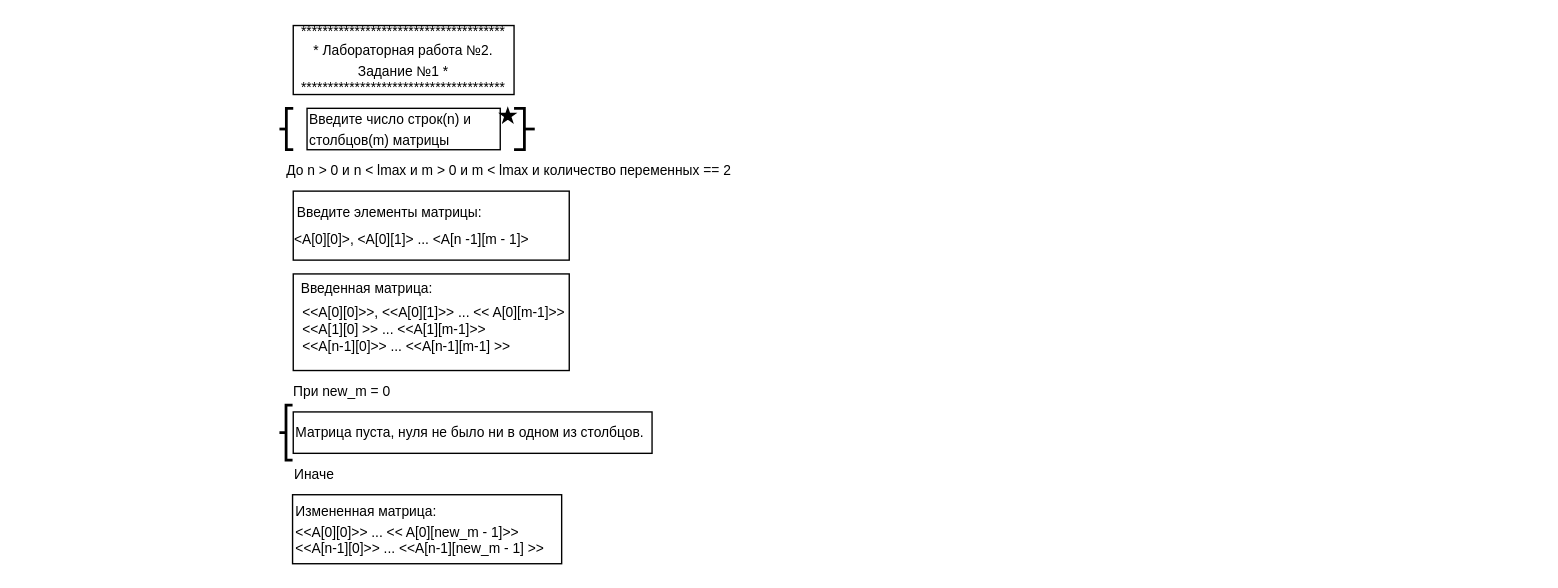
Before: lab2_part1.drawio in xyzfbi/Projects, a draw.io diagram. Source tidied: cells renumbered, new cells numbered last; positions are measured from the earlier drawing's top-left corner, leaving out a move shared by most shapes. Both pictures are drawn from the tidied source at 138%, with x=0, y=0 at pixel (265, 25).
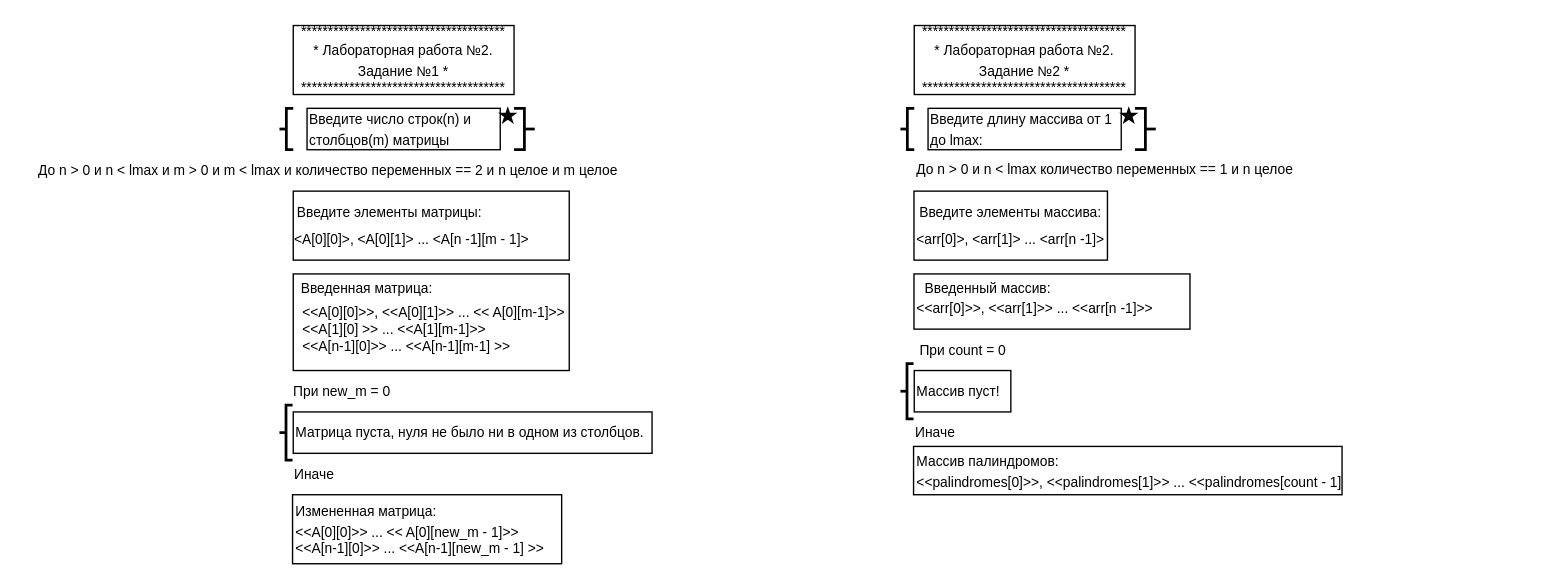
After the change.

What changed in the source:
```diff
@@
-    <mxCell id="7" value="&lt;font style=&quot;font-size: 10px;&quot;&gt;До n &amp;gt; 0 и n &amp;lt; lmax и m &amp;gt; 0 и m &amp;lt; lmax и количество переменных == 2&lt;/font&gt;" style="text;html=1;align=center;verticalAlign=middle;strokeColor=none;fillColor=none;" parent="1" vertex="1">
-      <mxGeometry x="0.5" y="90" width="350" height="30" as="geometry" />
+    <mxCell id="7" value="&lt;font style=&quot;font-size: 10px;&quot;&gt;До n &amp;gt; 0 и n &amp;lt; lmax и m &amp;gt; 0 и m &amp;lt; lmax и количество переменных == 2 и n целое&amp;nbsp;&lt;/font&gt;&lt;span style=&quot;font-size: 10px;&quot;&gt;и m целое&lt;/span&gt;" style="text;html=1;align=center;verticalAlign=middle;strokeColor=none;fillColor=none;" parent="1" vertex="1">
+      <mxGeometry x="-175" y="90" width="440" height="30" as="geometry" />
     </mxCell>
@@
+    <mxCell id="19" value="&lt;div style=&quot;font-size: 10px;&quot;&gt;&lt;font style=&quot;font-size: 10px;&quot;&gt;**************************************&lt;/font&gt;&lt;/div&gt;&lt;div style=&quot;&quot;&gt;&lt;font style=&quot;&quot;&gt;&lt;font style=&quot;font-size: 10px;&quot;&gt;* &lt;/font&gt;&lt;font style=&quot;font-size: 10px;&quot;&gt;Лабораторная работа №2. Задание №2&lt;/font&gt;&lt;font style=&quot;font-size: 10px;&quot;&gt;&amp;nbsp;*&lt;/font&gt;&lt;/font&gt;&lt;/div&gt;&lt;div style=&quot;font-size: 10px;&quot;&gt;&lt;font style=&quot;font-size: 10px;&quot;&gt;**************************************&lt;/font&gt;&lt;/div&gt;" style="rounded=0;whiteSpace=wrap;html=1;" parent="1" vertex="1">
+      <mxGeometry x="470" width="160" height="50" as="geometry" />
+    </mxCell>
+    <mxCell id="20" value="&lt;font style=&quot;font-size: 10px;&quot;&gt;Введите длину массива от 1 до lmax:&amp;nbsp;&lt;/font&gt;" style="rounded=0;whiteSpace=wrap;html=1;align=left;" parent="1" vertex="1">
+      <mxGeometry x="480" y="60" width="140" height="30" as="geometry" />
+    </mxCell>
+    <mxCell id="21" style="verticalLabelPosition=bottom;verticalAlign=top;html=1;shape=mxgraph.basic.star;fillColor=#000000;" parent="1" vertex="1">
+      <mxGeometry x="620" y="60" width="10.9" height="10" as="geometry" />
+    </mxCell>
+    <mxCell id="22" style="strokeWidth=2;html=1;shape=mxgraph.flowchart.annotation_2;align=left;labelPosition=right;" parent="1" vertex="1">
+      <mxGeometry x="460" y="60" width="10" height="30" as="geometry" />
+    </mxCell>
+    <mxCell id="23" style="strokeWidth=2;html=1;shape=mxgraph.flowchart.annotation_2;align=left;labelPosition=right;direction=west;" parent="1" vertex="1">
+      <mxGeometry x="630" y="60" width="15" height="30" as="geometry" />
+    </mxCell>
+    <mxCell id="24" value="&lt;font style=&quot;forced-color-adjust: none; color: rgb(0, 0, 0); font-family: Helvetica; font-style: normal; font-variant-ligatures: normal; font-variant-caps: normal; font-weight: 400; letter-spacing: normal; orphans: 2; text-align: center; text-indent: 0px; text-transform: none; widows: 2; word-spacing: 0px; -webkit-text-stroke-width: 0px; white-space: nowrap; background-color: rgb(251, 251, 251); text-decoration-thickness: initial; text-decoration-style: initial; text-decoration-color: initial; font-size: 10px;&quot;&gt;До n &amp;gt; 0 и n &amp;lt; lmax количество переменных == 1 и n целое&lt;/font&gt;" style="text;whiteSpace=wrap;html=1;" parent="1" vertex="1">
+      <mxGeometry x="469.5" y="90" width="450" height="30" as="geometry" />
+    </mxCell>
+    <mxCell id="25" style="rounded=0;whiteSpace=wrap;html=1;align=left;" parent="1" vertex="1">
+      <mxGeometry x="469.8" y="120" width="140.2" height="50" as="geometry" />
+    </mxCell>
+    <mxCell id="26" value="&lt;span style=&quot;font-size: 10px; text-align: left;&quot;&gt;Введите элементы массива:&lt;/span&gt;" style="text;html=1;align=center;verticalAlign=middle;whiteSpace=wrap;rounded=0;" parent="1" vertex="1">
+      <mxGeometry x="459.8" y="120" width="160" height="30" as="geometry" />
+    </mxCell>
+    <mxCell id="27" value="&amp;lt;arr[0]&amp;gt;, &amp;lt;arr[1]&amp;gt; ... &amp;lt;arr[n -1]&amp;gt;" style="text;html=1;align=center;verticalAlign=middle;whiteSpace=wrap;rounded=0;fontSize=10;" parent="1" vertex="1">
+      <mxGeometry x="435" y="140" width="210" height="30" as="geometry" />
+    </mxCell>
+    <mxCell id="28" style="rounded=0;whiteSpace=wrap;html=1;" parent="1" vertex="1">
+      <mxGeometry x="469.8" y="180" width="200" height="40" as="geometry" />
+    </mxCell>
+    <mxCell id="29" value="&lt;font style=&quot;font-size: 10px;&quot;&gt;Введенный массив:&amp;nbsp;&lt;/font&gt;" style="text;html=1;align=center;verticalAlign=middle;whiteSpace=wrap;rounded=0;" parent="1" vertex="1">
+      <mxGeometry x="469.8" y="180" width="110" height="20" as="geometry" />
+    </mxCell>
+    <mxCell id="30" value="&lt;span style=&quot;text-align: center;&quot;&gt;&amp;lt;&amp;lt;arr[0]&amp;gt;&amp;gt;, &amp;lt;&amp;lt;arr[1]&amp;gt;&amp;gt; ... &amp;lt;&amp;lt;arr[n -1]&amp;gt;&amp;gt;&lt;/span&gt;" style="text;html=1;align=left;verticalAlign=middle;whiteSpace=wrap;rounded=0;fontSize=10;" parent="1" vertex="1">
+      <mxGeometry x="470" y="190" width="240" height="30" as="geometry" />
+    </mxCell>
+    <mxCell id="31" value="&lt;font style=&quot;font-size: 10px;&quot;&gt;При count = 0&lt;/font&gt;" style="text;html=1;align=center;verticalAlign=middle;strokeColor=none;fillColor=none;fontSize=10;" parent="1" vertex="1">
+      <mxGeometry x="460" y="220" width="90" height="30" as="geometry" />
+    </mxCell>
+    <mxCell id="32" value="Массив пуст!" style="rounded=0;whiteSpace=wrap;html=1;align=left;fontSize=10;" parent="1" vertex="1">
+      <mxGeometry x="470" y="250" width="70" height="30" as="geometry" />
+    </mxCell>
+    <mxCell id="33" style="strokeWidth=2;html=1;shape=mxgraph.flowchart.annotation_2;align=left;labelPosition=right;" parent="1" vertex="1">
+      <mxGeometry x="460" y="245" width="9.5" height="40" as="geometry" />
+    </mxCell>
+    <mxCell id="34" value="&lt;font style=&quot;font-size: 10px;&quot;&gt;Иначе&lt;/font&gt;" style="text;html=1;align=center;verticalAlign=middle;strokeColor=none;fillColor=none;" parent="1" vertex="1">
+      <mxGeometry x="460" y="280" width="50" height="30" as="geometry" />
+    </mxCell>
+    <mxCell id="35" value="&lt;font style=&quot;font-size: 10px;&quot;&gt;Массив палиндромов:&lt;/font&gt;&lt;div&gt;&lt;span style=&quot;font-size: 10px;&quot;&gt;&amp;lt;&amp;lt;palindromes[0]&amp;gt;&amp;gt;, &amp;lt;&amp;lt;palindromes[1]&amp;gt;&amp;gt; ... &amp;lt;&amp;lt;palindromes[count - 1]&lt;/span&gt;&lt;/div&gt;" style="rounded=0;whiteSpace=wrap;html=1;align=left;" parent="1" vertex="1">
+      <mxGeometry x="469.5" y="305" width="310.5" height="35" as="geometry" />
+    </mxCell>
```
